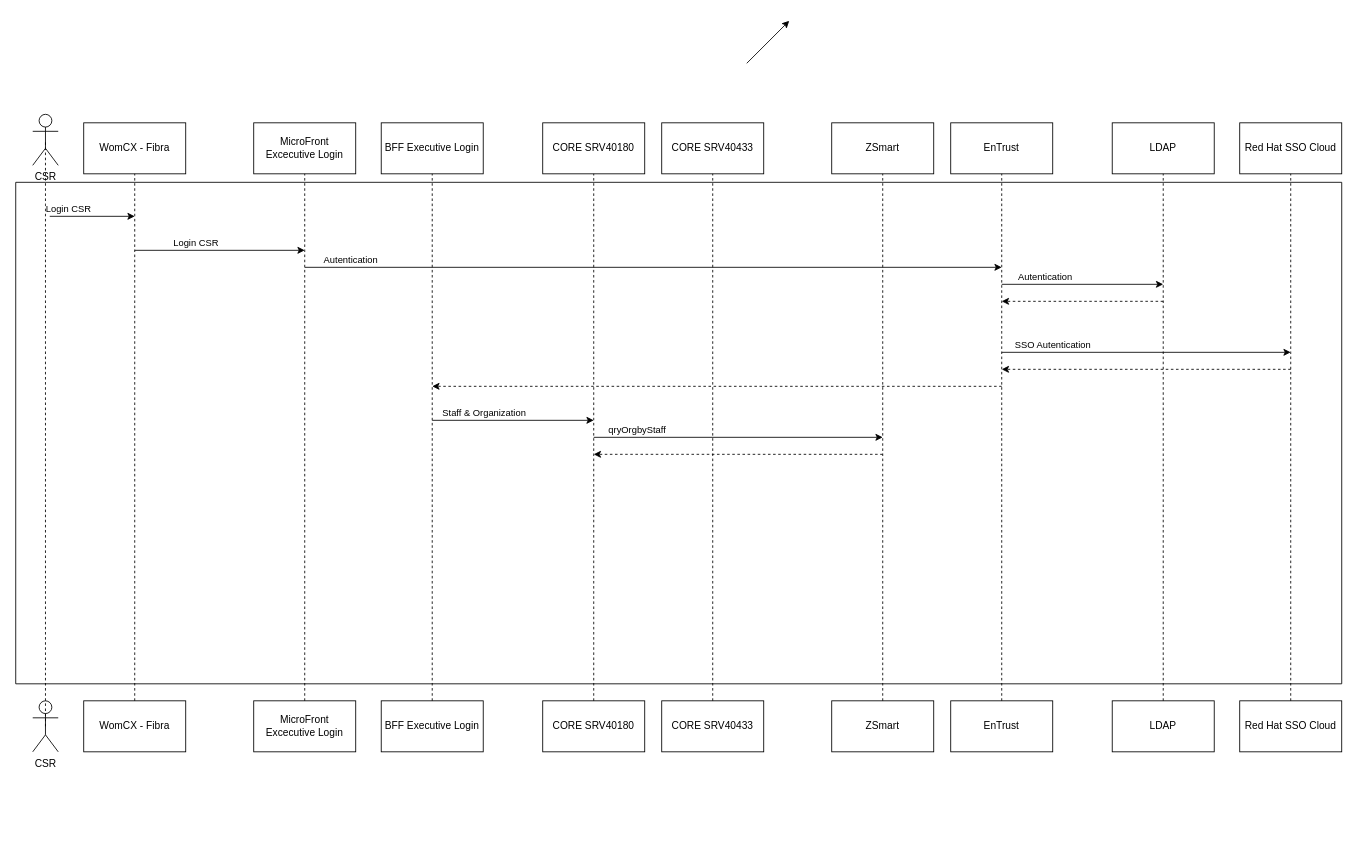
linosnt/womCX keeps this draw.io diagram as page "UML" (1 of 2) of LoginLayer.drawio. Above is the earlier version. Source tidied: cells renumbered, new cells numbered last; positions are measured from the earlier drawing's top-left corner, leaving out a move shared by most shapes. Both pictures are drawn from the tidied source at 85%, with x=0, y=0 at pixel (15, 20).
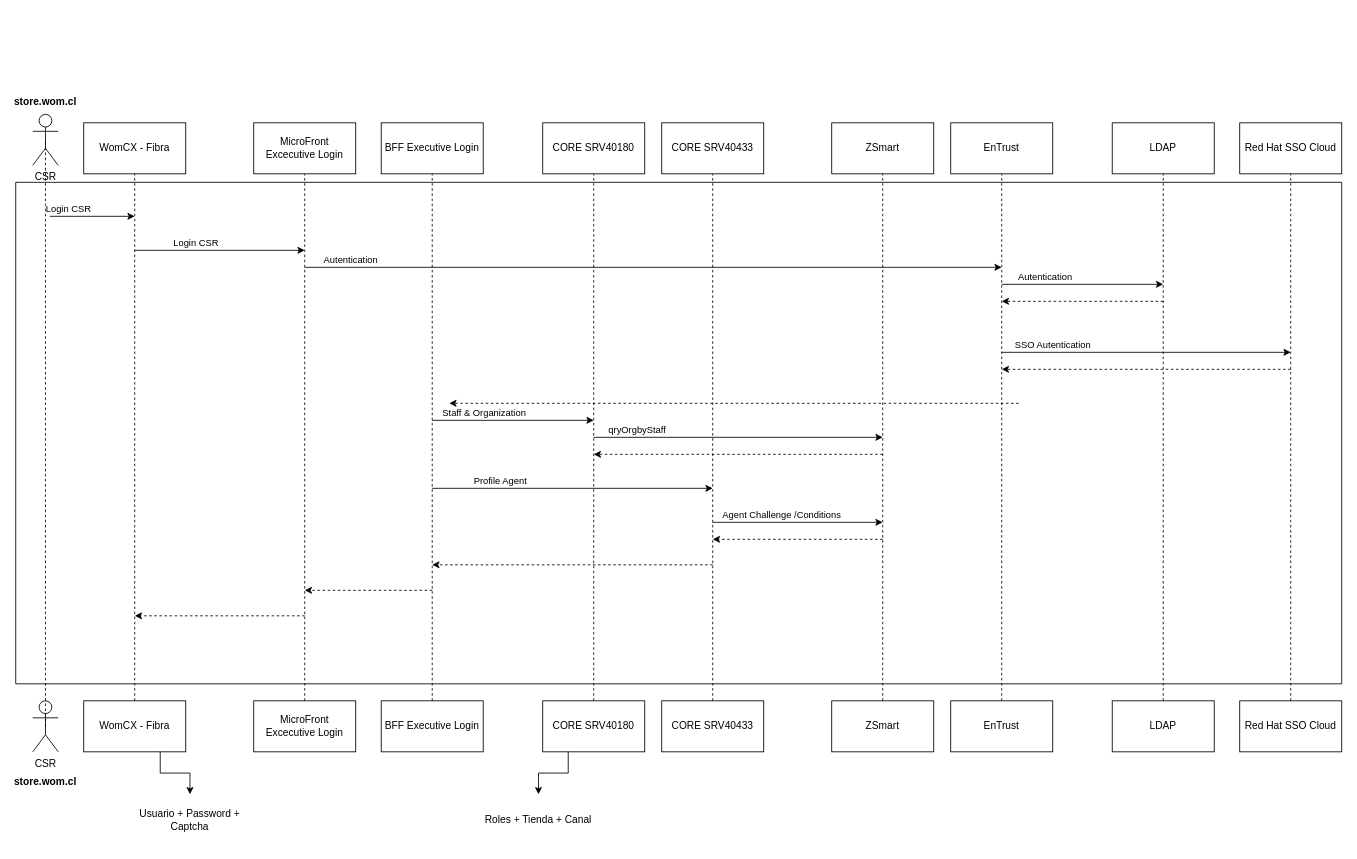
Above is the later version.

Commit message:
cambios al flujo

The change refers to these unchanged cells:
```xml
<mxCell id="2" style="swimlane;startSize=0;" parent="1" vertex="1">
  <mxGeometry y="190" width="1560" height="590" as="geometry" />
</mxCell>
<mxCell id="20" value="WomCX - Fibra" style="rounded=0;whiteSpace=wrap;html=1;" parent="1" vertex="1">
  <mxGeometry x="80" y="800" width="120" height="60" as="geometry" />
</mxCell>
<mxCell id="23" value="CORE SRV40180" style="rounded=0;whiteSpace=wrap;html=1;" parent="1" vertex="1">
  <mxGeometry x="620" y="800" width="120" height="60" as="geometry" />
</mxCell>
```

The edit, as a diff of the source:
```diff
@@
     <mxCell id="7" style="endArrow=classic;html=1;rounded=0;labelBackgroundColor=default;strokeColor=default;fontFamily=Helvetica;fontSize=11;fontColor=default;shape=connector;dashed=1;" parent="2" edge="1">
       <mxGeometry relative="1" as="geometry">
-        <mxPoint x="1160" y="240" as="sourcePoint" />
-        <mxPoint x="490" y="240" as="targetPoint" />
+        <mxPoint x="820" y="450" as="sourcePoint" />
+        <mxPoint x="490" y="450" as="targetPoint" />
       </mxGeometry>
     </mxCell>
@@
+    <mxCell id="50" style="endArrow=classic;html=1;rounded=0;labelBackgroundColor=default;strokeColor=default;fontFamily=Helvetica;fontSize=11;fontColor=default;shape=connector;" parent="2" edge="1">
+      <mxGeometry relative="1" as="geometry">
+        <mxPoint x="490" y="360" as="sourcePoint" />
+        <mxPoint x="820" y="360" as="targetPoint" />
+      </mxGeometry>
+    </mxCell>
+    <mxCell id="51" value="&lt;div&gt;Profile Agent&lt;/div&gt;" style="edgeLabel;html=1;align=center;verticalAlign=middle;fontSize=11;fontFamily=Helvetica;fontColor=default;" parent="50" vertex="1">
+      <mxGeometry x="-0.73" relative="1" as="geometry">
+        <mxPoint x="34" y="-10" as="offset" />
+      </mxGeometry>
+    </mxCell>
+    <mxCell id="52" style="endArrow=classic;html=1;rounded=0;labelBackgroundColor=default;strokeColor=default;fontFamily=Helvetica;fontSize=11;fontColor=default;shape=connector;" parent="2" edge="1">
+      <mxGeometry relative="1" as="geometry">
+        <mxPoint x="820" y="400" as="sourcePoint" />
+        <mxPoint x="1020" y="400" as="targetPoint" />
+      </mxGeometry>
+    </mxCell>
+    <mxCell id="53" value="&lt;div&gt;Agent Challenge /Conditions&lt;/div&gt;" style="edgeLabel;html=1;align=center;verticalAlign=middle;fontSize=11;fontFamily=Helvetica;fontColor=default;" parent="52" vertex="1">
+      <mxGeometry x="-0.73" relative="1" as="geometry">
+        <mxPoint x="53" y="-10" as="offset" />
+      </mxGeometry>
+    </mxCell>
+    <mxCell id="54" style="endArrow=classic;html=1;rounded=0;labelBackgroundColor=default;strokeColor=default;fontFamily=Helvetica;fontSize=11;fontColor=default;shape=connector;dashed=1;" parent="2" edge="1">
+      <mxGeometry relative="1" as="geometry">
+        <mxPoint x="1020" y="420" as="sourcePoint" />
+        <mxPoint x="820" y="420" as="targetPoint" />
+      </mxGeometry>
+    </mxCell>
+    <mxCell id="55" style="endArrow=classic;html=1;rounded=0;labelBackgroundColor=default;strokeColor=default;fontFamily=Helvetica;fontSize=11;fontColor=default;shape=connector;dashed=1;" parent="2" edge="1">
+      <mxGeometry relative="1" as="geometry">
+        <mxPoint x="490" y="480" as="sourcePoint" />
+        <mxPoint x="340" y="480" as="targetPoint" />
+      </mxGeometry>
+    </mxCell>
+    <mxCell id="56" style="endArrow=classic;html=1;rounded=0;labelBackgroundColor=default;strokeColor=default;fontFamily=Helvetica;fontSize=11;fontColor=default;shape=connector;dashed=1;" parent="2" edge="1">
+      <mxGeometry relative="1" as="geometry">
+        <mxPoint x="340" y="510" as="sourcePoint" />
+        <mxPoint x="140" y="510" as="targetPoint" />
+      </mxGeometry>
+    </mxCell>
@@
+    <mxCell id="57" style="edgeStyle=orthogonalEdgeStyle;rounded=0;jettySize=auto;html=1;exitX=0.75;exitY=1;exitDx=0;exitDy=0;entryX=0.5;entryY=0;entryDx=0;entryDy=0;" parent="1" edge="1" source="20" target="61">
+      <mxGeometry relative="1" as="geometry" />
+    </mxCell>
@@
+    <mxCell id="58" style="edgeStyle=orthogonalEdgeStyle;rounded=0;jettySize=auto;html=1;exitX=0.25;exitY=1;exitDx=0;exitDy=0;" parent="1" edge="1" source="23" target="62">
+      <mxGeometry relative="1" as="geometry" />
+    </mxCell>
@@
-    <mxCell id="42" style="endArrow=classic;html=1;rounded=0;" parent="1" edge="1">
-      <mxGeometry relative="1" as="geometry">
-        <mxPoint x="860" y="50" as="sourcePoint" />
-        <mxPoint x="910" as="targetPoint" />
-      </mxGeometry>
-    </mxCell>
@@
+    <mxCell id="59" value="store.wom.cl" style="text;html=1;strokeColor=none;fillColor=none;align=center;verticalAlign=middle;whiteSpace=wrap;rounded=0;fontStyle=1;" parent="1" vertex="1">
+      <mxGeometry x="5" y="80" width="60" height="30" as="geometry" />
+    </mxCell>
+    <mxCell id="60" value="store.wom.cl" style="text;html=1;strokeColor=none;fillColor=none;align=center;verticalAlign=middle;whiteSpace=wrap;rounded=0;fontStyle=1;" parent="1" vertex="1">
+      <mxGeometry x="5" y="880" width="60" height="30" as="geometry" />
+    </mxCell>
+    <mxCell id="61" value="Usuario + Password + Captcha" style="text;html=1;strokeColor=none;fillColor=none;align=center;verticalAlign=middle;whiteSpace=wrap;rounded=0;" parent="1" vertex="1">
+      <mxGeometry x="130" y="910" width="150" height="60" as="geometry" />
+    </mxCell>
+    <mxCell id="62" value="Roles + Tienda + Canal" style="text;html=1;strokeColor=none;fillColor=none;align=center;verticalAlign=middle;whiteSpace=wrap;rounded=0;" parent="1" vertex="1">
+      <mxGeometry x="540" y="910" width="150" height="60" as="geometry" />
+    </mxCell>
+    <mxCell id="63" style="endArrow=classic;html=1;rounded=0;labelBackgroundColor=default;strokeColor=default;fontFamily=Helvetica;fontSize=11;fontColor=default;shape=connector;dashed=1;" parent="1" edge="1">
+      <mxGeometry relative="1" as="geometry">
+        <mxPoint x="1180" y="450" as="sourcePoint" />
+        <mxPoint x="510" y="450" as="targetPoint" />
+      </mxGeometry>
+    </mxCell>
```
